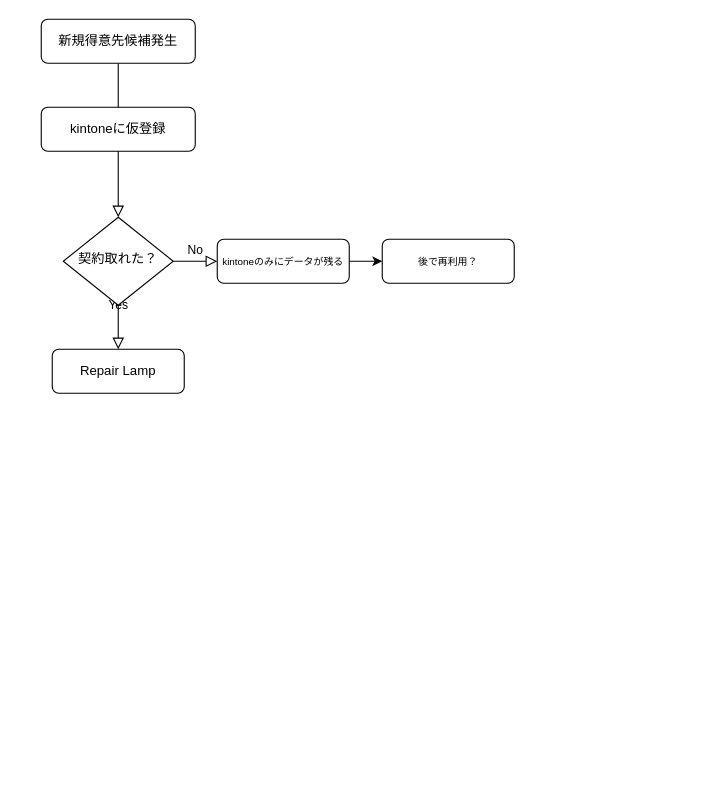
The draw.io diagram 名称未設定ファイル.drawio in kss-kawashima/flow, before the edit. Source tidied: cells renumbered, new cells numbered last; positions are measured from the earlier drawing's top-left corner, leaving out a move shared by most shapes. Both pictures are drawn from the tidied source at 110%, with x=0, y=0 at pixel (41, 19).
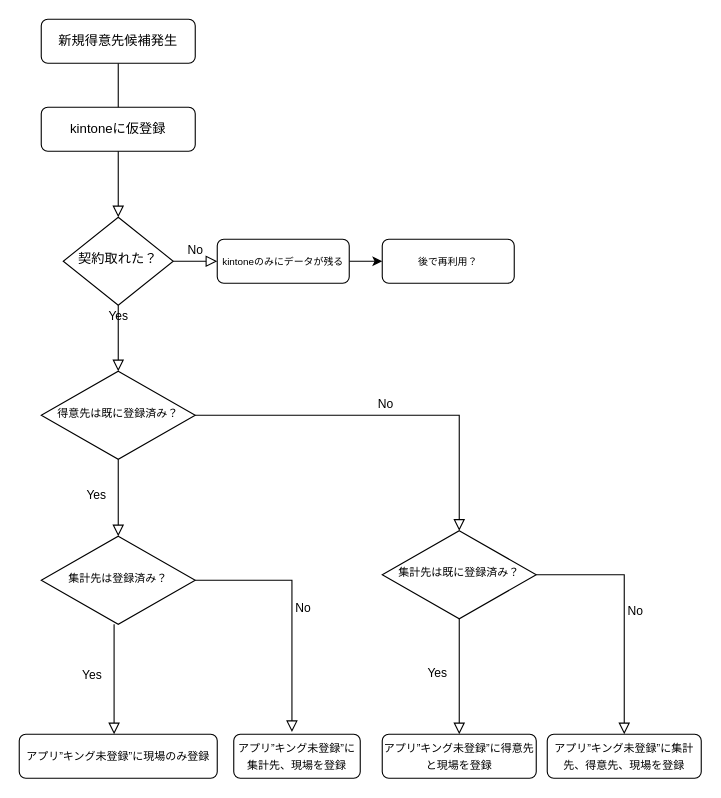
The same page after the edit.

Commit message (it also covers changes not shown here):
名称未設定ファイル.drawio を更新します

Unchanged cells that the change refers to:
```xml
<mxCell id="6" value="契約取れた？" style="rhombus;whiteSpace=wrap;html=1;shadow=0;fontFamily=Helvetica;fontSize=12;align=center;strokeWidth=1;spacing=6;spacingTop=-4;" parent="1" vertex="1">
  <mxGeometry x="20" y="180" width="100" height="80" as="geometry" />
</mxCell>
```

What changed in the source:
```diff
@@
     <mxCell id="4" value="Yes" style="rounded=0;html=1;jettySize=auto;fontSize=11;endArrow=block;endFill=0;endSize=8;strokeWidth=1;shadow=0;labelBackgroundColor=none;edgeStyle=orthogonalEdgeStyle;" parent="1" edge="1" source="6">
       <mxGeometry y="20" relative="1" as="geometry">
-        <mxPoint x="70" y="300" as="targetPoint" />
+        <mxPoint x="70" y="320" as="targetPoint" />
       </mxGeometry>
     </mxCell>
@@
-    <mxCell id="9" value="Repair Lamp" style="rounded=1;whiteSpace=wrap;html=1;fontSize=12;glass=0;strokeWidth=1;shadow=0;" parent="1" vertex="1">
-      <mxGeometry x="10" y="300" width="120" height="40" as="geometry" />
+    <mxCell id="9" value="&lt;font style=&quot;font-size: 10px;&quot;&gt;アプリ”キング未登録”に現場のみ登録&lt;/font&gt;" style="rounded=1;whiteSpace=wrap;html=1;fontSize=12;glass=0;strokeWidth=1;shadow=0;" parent="1" vertex="1">
+      <mxGeometry x="-20" y="650" width="180" height="40" as="geometry" />
     </mxCell>
@@
+    <mxCell id="12" value="&lt;font style=&quot;font-size: 10px;&quot;&gt;得意先は既に登録済み？&lt;/font&gt;" style="rhombus;whiteSpace=wrap;html=1;shadow=0;fontFamily=Helvetica;fontSize=12;align=center;strokeWidth=1;spacing=6;spacingTop=-4;" parent="1" vertex="1">
+      <mxGeometry y="320" width="140" height="80" as="geometry" />
+    </mxCell>
+    <mxCell id="13" value="Yes" style="rounded=0;html=1;jettySize=auto;fontSize=11;endArrow=block;endFill=0;endSize=8;strokeWidth=1;shadow=0;labelBackgroundColor=none;edgeStyle=orthogonalEdgeStyle;exitX=0.5;exitY=1;exitDx=0;exitDy=0;" parent="1" edge="1" source="12">
+      <mxGeometry x="-0.07" y="-20" relative="1" as="geometry">
+        <mxPoint x="70" y="470" as="targetPoint" />
+      </mxGeometry>
+    </mxCell>
+    <mxCell id="14" value="No" style="edgeStyle=orthogonalEdgeStyle;rounded=0;html=1;jettySize=auto;fontSize=11;endArrow=block;endFill=0;endSize=8;strokeWidth=1;shadow=0;labelBackgroundColor=none;entryX=0.5;entryY=0;entryDx=0;entryDy=0;exitX=1;exitY=0.5;exitDx=0;exitDy=0;" parent="1" edge="1" source="12" target="19">
+      <mxGeometry y="10" relative="1" as="geometry">
+        <Array as="points">
+          <mxPoint x="380" y="360" />
+        </Array>
+      </mxGeometry>
+    </mxCell>
+    <mxCell id="15" value="&lt;font style=&quot;font-size: 10px;&quot;&gt;集計先は登録済み？&lt;/font&gt;" style="rhombus;whiteSpace=wrap;html=1;shadow=0;fontFamily=Helvetica;fontSize=12;align=center;strokeWidth=1;spacing=6;spacingTop=-4;" parent="1" vertex="1">
+      <mxGeometry y="470" width="140" height="80" as="geometry" />
+    </mxCell>
+    <mxCell id="16" value="No" style="edgeStyle=orthogonalEdgeStyle;rounded=0;html=1;jettySize=auto;fontSize=11;endArrow=block;endFill=0;endSize=8;strokeWidth=1;shadow=0;labelBackgroundColor=none;entryX=0.46;entryY=-0.05;entryDx=0;entryDy=0;entryPerimeter=0;" parent="1" edge="1" target="17">
+      <mxGeometry y="10" relative="1" as="geometry">
+        <mxPoint x="140" y="510" as="sourcePoint" />
+        <Array as="points">
+          <mxPoint x="228" y="510" />
+        </Array>
+      </mxGeometry>
+    </mxCell>
+    <mxCell id="17" value="&lt;span style=&quot;font-size: 10px;&quot;&gt;アプリ”キング未登録”に集計先、現場を登録&lt;/span&gt;" style="rounded=1;whiteSpace=wrap;html=1;fontSize=12;glass=0;strokeWidth=1;shadow=0;" parent="1" vertex="1">
+      <mxGeometry x="175" y="650" width="115" height="40" as="geometry" />
+    </mxCell>
+    <mxCell id="18" value="Yes" style="rounded=0;html=1;jettySize=auto;fontSize=11;endArrow=block;endFill=0;endSize=8;strokeWidth=1;shadow=0;labelBackgroundColor=none;edgeStyle=orthogonalEdgeStyle;exitX=0.473;exitY=1.001;exitDx=0;exitDy=0;exitPerimeter=0;entryX=0.479;entryY=0;entryDx=0;entryDy=0;entryPerimeter=0;" parent="1" edge="1" source="15" target="9">
+      <mxGeometry x="-0.07" y="-20" relative="1" as="geometry" />
+    </mxCell>
+    <mxCell id="19" value="&lt;font style=&quot;font-size: 10px;&quot;&gt;集計先は既に登録済み？&lt;/font&gt;" style="rhombus;whiteSpace=wrap;html=1;shadow=0;fontFamily=Helvetica;fontSize=12;align=center;strokeWidth=1;spacing=6;spacingTop=-4;" parent="1" vertex="1">
+      <mxGeometry x="310" y="465" width="140" height="80" as="geometry" />
+    </mxCell>
+    <mxCell id="20" value="Yes" style="rounded=0;html=1;jettySize=auto;fontSize=11;endArrow=block;endFill=0;endSize=8;strokeWidth=1;shadow=0;labelBackgroundColor=none;edgeStyle=orthogonalEdgeStyle;exitX=0.5;exitY=1;exitDx=0;exitDy=0;entryX=0.5;entryY=0;entryDx=0;entryDy=0;" parent="1" edge="1" source="19">
+      <mxGeometry x="-0.07" y="-20" relative="1" as="geometry">
+        <mxPoint x="380" y="650" as="targetPoint" />
+      </mxGeometry>
+    </mxCell>
+    <mxCell id="21" value="No" style="edgeStyle=orthogonalEdgeStyle;rounded=0;html=1;jettySize=auto;fontSize=11;endArrow=block;endFill=0;endSize=8;strokeWidth=1;shadow=0;labelBackgroundColor=none;exitX=1;exitY=0.5;exitDx=0;exitDy=0;entryX=0.5;entryY=0;entryDx=0;entryDy=0;" parent="1" edge="1" source="19" target="23">
+      <mxGeometry y="10" relative="1" as="geometry">
+        <Array as="points">
+          <mxPoint x="530" y="505" />
+        </Array>
+      </mxGeometry>
+    </mxCell>
+    <mxCell id="22" value="&lt;font style=&quot;font-size: 10px;&quot;&gt;アプリ”キング未登録”に得意先と現場を登録&lt;/font&gt;" style="rounded=1;whiteSpace=wrap;html=1;fontSize=12;glass=0;strokeWidth=1;shadow=0;" parent="1" vertex="1">
+      <mxGeometry x="310" y="650" width="140" height="40" as="geometry" />
+    </mxCell>
+    <mxCell id="23" value="&lt;font style=&quot;font-size: 10px;&quot;&gt;アプリ”キング未登録”に集計先、得意先、現場を登録&lt;/font&gt;" style="rounded=1;whiteSpace=wrap;html=1;fontSize=12;glass=0;strokeWidth=1;shadow=0;" parent="1" vertex="1">
+      <mxGeometry x="460" y="650" width="140" height="40" as="geometry" />
+    </mxCell>
```
